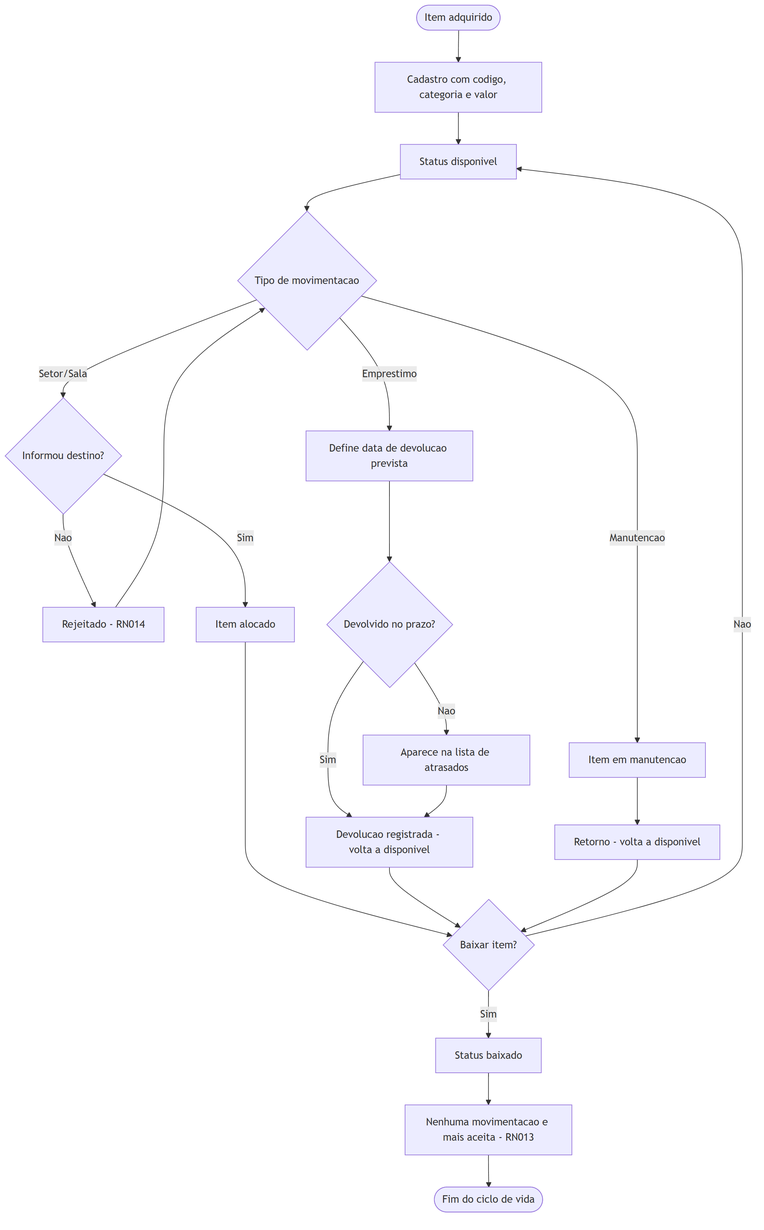
The Mermaid diagram docs/diagramas/png/ativ-patrimonio.png in bebberjoao/RoosterOneBackend, before a commit. Its source is kept beside it as docs/diagramas/src/ativ-patrimonio.mmd.
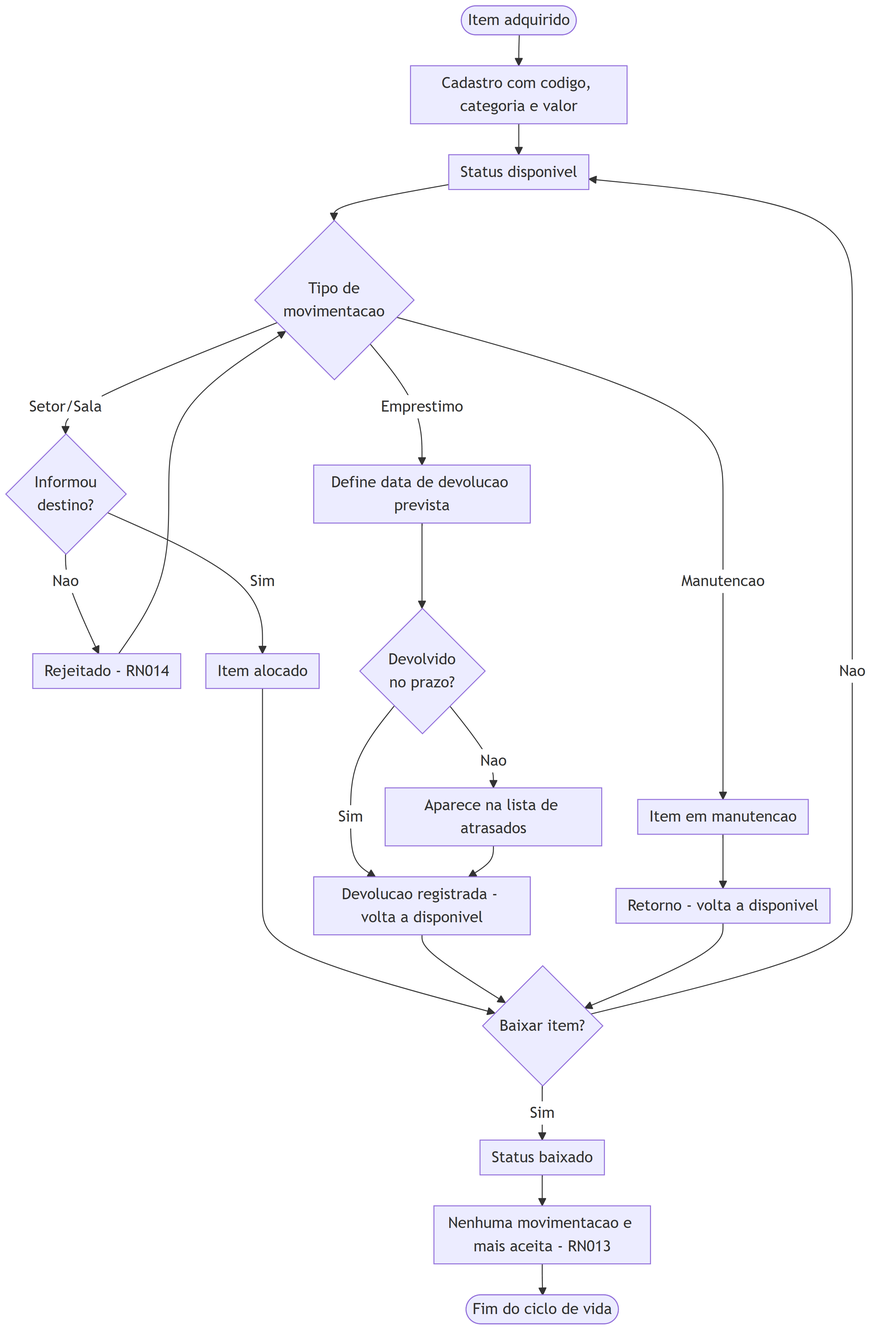
After the change.

Diff of the diagram source:
```diff
@@ -1,13 +1,14 @@
+%%{init: {"flowchart":{"nodeSpacing":26,"rankSpacing":32,"padding":6,"diagramPadding":6}}}%%
 flowchart TD
   A([Item adquirido]) --> B[Cadastro com codigo, categoria e valor]
   B --> C[Status disponivel]
-  C --> D{Tipo de movimentacao}
-  D -->|Setor/Sala| E{Informou destino?}
+  C --> D{"Tipo de<br/>movimentacao"}
+  D -->|Setor/Sala| E{"Informou<br/>destino?"}
   E -->|Nao| F[Rejeitado - RN014]
   F --> D
   E -->|Sim| G[Item alocado]
   D -->|Emprestimo| H[Define data de devolucao prevista]
-  H --> I{Devolvido no prazo?}
+  H --> I{"Devolvido<br/>no prazo?"}
   I -->|Sim| J[Devolucao registrada - volta a disponivel]
   I -->|Nao| K[Aparece na lista de atrasados]
   K --> J
```
